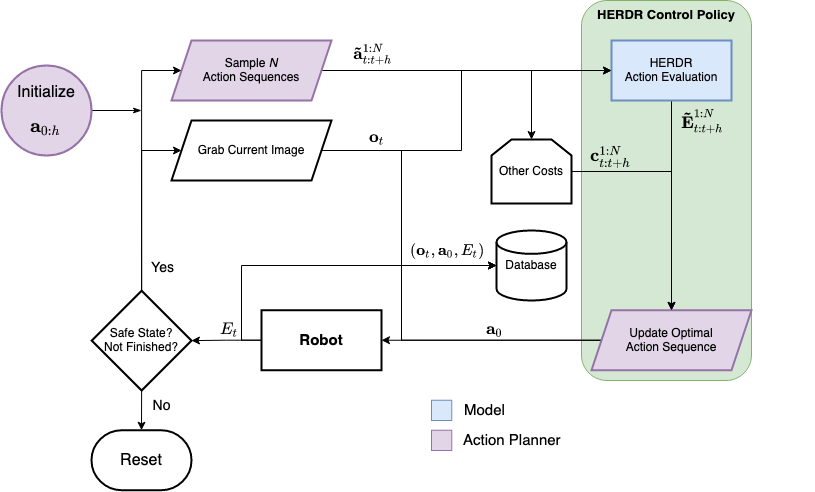
The draw.io diagram Report Back-up/images/HERDR_pipeline.png in NDurocher/HERDR-Msc-Thesis, before a commit. Source tidied: cells renumbered, new cells last; positions are measured from the earlier drawing's top-left corner, leaving out a move shared by most shapes. The source it was exported from:
```xml
<mxGraphModel math="1">
  <root>
    <mxCell id="0" />
    <mxCell id="1" parent="0" />
    <mxCell id="2" value="HERDR Control Policy" style="rounded=1;whiteSpace=wrap;html=1;labelBackgroundColor=none;fontSize=13;fillColor=#d5e8d4;strokeColor=#82b366;verticalAlign=top;fontStyle=1;" parent="1" vertex="1">
      <mxGeometry x="580" width="170" height="380" as="geometry" />
    </mxCell>
    <mxCell id="3" style="edgeStyle=orthogonalEdgeStyle;rounded=0;jettySize=auto;html=1;fontSize=14;endArrow=classicThin;endFill=1;" parent="1" edge="1" source="4">
      <mxGeometry relative="1" as="geometry">
        <mxPoint x="140" y="110" as="targetPoint" />
      </mxGeometry>
    </mxCell>
    <mxCell id="4" value="&lt;div&gt;Initialize&lt;/div&gt;$$\mathbf{a}_{0:h} $$" style="strokeWidth=2;html=1;shape=mxgraph.flowchart.start_2;whiteSpace=wrap;fontSize=16;verticalAlign=bottom;fillColor=#e1d5e7;strokeColor=#9673a6;" parent="1" vertex="1">
      <mxGeometry y="65" width="90" height="90" as="geometry" />
    </mxCell>
    <mxCell id="5" style="edgeStyle=orthogonalEdgeStyle;rounded=0;jettySize=auto;html=1;" parent="1" edge="1" source="8" target="11">
      <mxGeometry relative="1" as="geometry" />
    </mxCell>
    <mxCell id="6" value="&lt;div&gt;$$ \mathbf{\tilde{a}}^{1:N}_{t:t+h} $$&lt;/div&gt;" style="edgeLabel;html=1;align=center;verticalAlign=middle;fontSize=14;labelBackgroundColor=none;" parent="5" vertex="1">
      <mxGeometry x="-0.43" y="-4" relative="1" as="geometry">
        <mxPoint x="-33" y="-21" as="offset" />
      </mxGeometry>
    </mxCell>
    <mxCell id="7" style="edgeStyle=orthogonalEdgeStyle;rounded=0;jettySize=auto;html=1;exitX=1;exitY=0.5;exitDx=0;exitDy=0;" parent="1" edge="1" source="8" target="38">
      <mxGeometry relative="1" as="geometry" />
    </mxCell>
    <mxCell id="8" value="&lt;div&gt;Sample &lt;i&gt;N&lt;/i&gt;&lt;br&gt;&lt;/div&gt;&lt;div&gt;Action Sequences&lt;br&gt;&lt;/div&gt;" style="shape=parallelogram;perimeter=parallelogramPerimeter;whiteSpace=wrap;html=1;fixedSize=1;strokeWidth=2;fillColor=#e1d5e7;strokeColor=#9673a6;" parent="1" vertex="1">
      <mxGeometry x="170" y="40" width="160" height="60" as="geometry" />
    </mxCell>
    <mxCell id="9" style="edgeStyle=orthogonalEdgeStyle;rounded=0;jettySize=auto;html=1;entryX=0.5;entryY=0;entryDx=0;entryDy=0;fontSize=14;" parent="1" edge="1" source="11" target="24">
      <mxGeometry relative="1" as="geometry" />
    </mxCell>
    <mxCell id="10" value="$$ \mathbf{\tilde{E}}^{1:N}_{t:t+h} $$" style="edgeLabel;html=1;align=center;verticalAlign=middle;fontSize=14;labelBackgroundColor=none;" parent="9" vertex="1">
      <mxGeometry x="-0.3" y="2" relative="1" as="geometry">
        <mxPoint x="28" y="-54" as="offset" />
      </mxGeometry>
    </mxCell>
    <mxCell id="11" value="&lt;div&gt;HERDR &lt;br&gt;&lt;/div&gt;Action Evaluation" style="whiteSpace=wrap;html=1;strokeWidth=2;fillColor=#dae8fc;strokeColor=#6c8ebf;" parent="1" vertex="1">
      <mxGeometry x="610" y="40" width="120" height="60" as="geometry" />
    </mxCell>
    <mxCell id="12" style="edgeStyle=orthogonalEdgeStyle;rounded=0;jettySize=auto;html=1;fontSize=14;" parent="1" edge="1" source="15" target="29">
      <mxGeometry relative="1" as="geometry" />
    </mxCell>
    <mxCell id="13" value="$$ E_t $$" style="edgeLabel;html=1;align=center;verticalAlign=middle;fontSize=14;labelBackgroundColor=none;" parent="12" vertex="1">
      <mxGeometry x="-0.14" relative="1" as="geometry">
        <mxPoint x="-3" y="-11" as="offset" />
      </mxGeometry>
    </mxCell>
    <mxCell id="14" style="edgeStyle=orthogonalEdgeStyle;rounded=0;jettySize=auto;html=1;exitX=0;exitY=0.5;exitDx=0;exitDy=0;entryX=0;entryY=0.5;entryDx=0;entryDy=0;entryPerimeter=0;labelBackgroundColor=none;fontSize=14;endArrow=classic;endFill=1;" parent="1" edge="1" source="15" target="31">
      <mxGeometry relative="1" as="geometry" />
    </mxCell>
    <mxCell id="15" value="Robot" style="whiteSpace=wrap;html=1;strokeWidth=2;fontStyle=1;fontSize=15;" parent="1" vertex="1">
      <mxGeometry x="260" y="309.7" width="120" height="60" as="geometry" />
    </mxCell>
    <mxCell id="16" style="edgeStyle=orthogonalEdgeStyle;rounded=0;jettySize=auto;html=1;entryX=0;entryY=0.5;entryDx=0;entryDy=0;fontSize=14;" parent="1" edge="1" source="19" target="11">
      <mxGeometry relative="1" as="geometry">
        <Array as="points">
          <mxPoint x="460" y="150" />
          <mxPoint x="460" y="70" />
        </Array>
      </mxGeometry>
    </mxCell>
    <mxCell id="17" value="$$ \mathbf{o}_t $$" style="edgeLabel;html=1;align=center;verticalAlign=middle;fontSize=14;labelBackgroundColor=none;" parent="16" vertex="1">
      <mxGeometry x="-0.67" relative="1" as="geometry">
        <mxPoint x="-7" y="-13" as="offset" />
      </mxGeometry>
    </mxCell>
    <mxCell id="18" style="edgeStyle=orthogonalEdgeStyle;rounded=0;jettySize=auto;html=1;exitX=1;exitY=0.5;exitDx=0;exitDy=0;entryX=0;entryY=0.5;entryDx=0;entryDy=0;entryPerimeter=0;labelBackgroundColor=none;fontSize=14;endArrow=classic;endFill=1;" parent="1" edge="1" source="19" target="31">
      <mxGeometry relative="1" as="geometry">
        <Array as="points">
          <mxPoint x="400" y="150" />
          <mxPoint x="400" y="265" />
        </Array>
      </mxGeometry>
    </mxCell>
    <mxCell id="19" value="Grab Current Image" style="shape=parallelogram;perimeter=parallelogramPerimeter;whiteSpace=wrap;html=1;fixedSize=1;strokeWidth=2;" parent="1" vertex="1">
      <mxGeometry x="170" y="120" width="160" height="60" as="geometry" />
    </mxCell>
    <mxCell id="20" style="edgeStyle=orthogonalEdgeStyle;rounded=0;jettySize=auto;html=1;exitX=0;exitY=0.5;exitDx=0;exitDy=0;fontSize=14;" parent="1" edge="1" source="24" target="15">
      <mxGeometry relative="1" as="geometry" />
    </mxCell>
    <mxCell id="21" value="$$ \mathbf{a}_0 $$" style="edgeLabel;html=1;align=center;verticalAlign=middle;fontSize=14;labelBackgroundColor=none;" parent="20" vertex="1">
      <mxGeometry x="-0.29" relative="1" as="geometry">
        <mxPoint x="-30" y="-10" as="offset" />
      </mxGeometry>
    </mxCell>
    <mxCell id="22" style="edgeStyle=orthogonalEdgeStyle;rounded=0;jettySize=auto;html=1;exitX=0;exitY=0.5;exitDx=0;exitDy=0;labelBackgroundColor=none;fontSize=14;endArrow=classic;endFill=1;entryX=0;entryY=0.5;entryDx=0;entryDy=0;entryPerimeter=0;" parent="1" edge="1" source="24" target="31">
      <mxGeometry relative="1" as="geometry">
        <Array as="points">
          <mxPoint x="400" y="340" />
          <mxPoint x="400" y="265" />
        </Array>
      </mxGeometry>
    </mxCell>
    <mxCell id="23" value="$$ (\mathbf{o}_t, \mathbf{a}_0,E_t) $$" style="edgeLabel;html=1;align=center;verticalAlign=middle;fontSize=13;labelBackgroundColor=none;" parent="22" vertex="1">
      <mxGeometry x="0.73" relative="1" as="geometry">
        <mxPoint y="-15" as="offset" />
      </mxGeometry>
    </mxCell>
    <mxCell id="24" value="&lt;div&gt;Update Optimal&lt;/div&gt;&lt;div&gt;Action Sequence&lt;br&gt;&lt;/div&gt;" style="shape=parallelogram;perimeter=parallelogramPerimeter;whiteSpace=wrap;html=1;fixedSize=1;strokeWidth=2;fillColor=#e1d5e7;strokeColor=#9673a6;" parent="1" vertex="1">
      <mxGeometry x="590" y="309.7" width="160" height="60" as="geometry" />
    </mxCell>
    <mxCell id="25" style="edgeStyle=orthogonalEdgeStyle;rounded=0;jettySize=auto;html=1;exitX=0.5;exitY=0;exitDx=0;exitDy=0;entryX=0;entryY=0.5;entryDx=0;entryDy=0;fontSize=14;" parent="1" edge="1" source="29" target="19">
      <mxGeometry relative="1" as="geometry">
        <Array as="points">
          <mxPoint x="140" y="150" />
        </Array>
      </mxGeometry>
    </mxCell>
    <mxCell id="26" style="edgeStyle=orthogonalEdgeStyle;rounded=0;jettySize=auto;html=1;exitX=0.5;exitY=0;exitDx=0;exitDy=0;entryX=0;entryY=0.5;entryDx=0;entryDy=0;fontSize=14;" parent="1" edge="1" source="29" target="8">
      <mxGeometry relative="1" as="geometry">
        <Array as="points">
          <mxPoint x="140" y="70" />
        </Array>
      </mxGeometry>
    </mxCell>
    <mxCell id="27" value="Yes" style="edgeLabel;html=1;align=center;verticalAlign=middle;fontSize=14;labelBackgroundColor=none;" parent="26" vertex="1">
      <mxGeometry x="-0.86" y="-3" relative="1" as="geometry">
        <mxPoint x="17" y="-5" as="offset" />
      </mxGeometry>
    </mxCell>
    <mxCell id="28" value="No" style="edgeStyle=orthogonalEdgeStyle;rounded=0;jettySize=auto;html=1;exitX=0.5;exitY=1;exitDx=0;exitDy=0;entryX=0.5;entryY=0;entryDx=0;entryDy=0;entryPerimeter=0;fontSize=14;endArrow=classic;endFill=1;labelBackgroundColor=none;" parent="1" edge="1" source="29" target="30">
      <mxGeometry x="-0.2" y="20" relative="1" as="geometry" />
    </mxCell>
    <mxCell id="29" value="&lt;div&gt;Safe State?&lt;/div&gt;&lt;div&gt;Not Finished?&lt;br&gt;&lt;/div&gt;" style="rhombus;whiteSpace=wrap;html=1;strokeWidth=2;" parent="1" vertex="1">
      <mxGeometry x="90.3" y="290.3" width="99.7" height="99.7" as="geometry" />
    </mxCell>
    <mxCell id="30" value="Reset" style="strokeWidth=2;html=1;shape=mxgraph.flowchart.terminator;whiteSpace=wrap;labelBackgroundColor=none;fontSize=16;" parent="1" vertex="1">
      <mxGeometry x="90" y="429.7" width="100" height="60" as="geometry" />
    </mxCell>
    <mxCell id="31" value="Database" style="strokeWidth=2;html=1;shape=mxgraph.flowchart.database;whiteSpace=wrap;labelBackgroundColor=none;fontSize=12;" parent="1" vertex="1">
      <mxGeometry x="495" y="230" width="70" height="70" as="geometry" />
    </mxCell>
    <mxCell id="32" style="whiteSpace=wrap;html=1;fontSize=15;fillColor=#dae8fc;strokeColor=#6c8ebf;" parent="1" vertex="1">
      <mxGeometry x="430" y="399.7" width="20.3" height="20.3" as="geometry" />
    </mxCell>
    <mxCell id="33" style="whiteSpace=wrap;html=1;fontSize=15;fillColor=#e1d5e7;strokeColor=#9673a6;" parent="1" vertex="1">
      <mxGeometry x="430" y="429.7" width="20.3" height="20.3" as="geometry" />
    </mxCell>
    <mxCell id="34" value="Action Planner" style="text;html=1;align=left;verticalAlign=middle;strokeColor=none;fillColor=none;fontSize=15;" parent="1" vertex="1">
      <mxGeometry x="460.3" y="430" width="110" height="20" as="geometry" />
    </mxCell>
    <mxCell id="35" value="&lt;div align=&quot;left&quot;&gt;Model&lt;/div&gt;" style="text;html=1;align=left;verticalAlign=middle;strokeColor=none;fillColor=none;fontSize=15;" parent="1" vertex="1">
      <mxGeometry x="461.3" y="400" width="60" height="20" as="geometry" />
    </mxCell>
    <mxCell id="36" style="edgeStyle=orthogonalEdgeStyle;rounded=0;jettySize=auto;html=1;exitX=1;exitY=0.5;exitDx=0;exitDy=0;" parent="1" edge="1" source="38">
      <mxGeometry relative="1" as="geometry">
        <mxPoint x="670" y="310" as="targetPoint" />
      </mxGeometry>
    </mxCell>
    <mxCell id="37" value="$$\mathbf{c}^{1:N}_{t:t+h} $$" style="edgeLabel;html=1;align=center;verticalAlign=middle;labelBackgroundColor=none;fontSize=15;" parent="36" vertex="1">
      <mxGeometry x="-0.69" y="-3" relative="1" as="geometry">
        <mxPoint x="1" y="-18" as="offset" />
      </mxGeometry>
    </mxCell>
    <mxCell id="38" value="Other Costs" style="shape=loopLimit;whiteSpace=wrap;html=1;strokeWidth=2;" parent="1" vertex="1">
      <mxGeometry x="490" y="139" width="80" height="64" as="geometry" />
    </mxCell>
  </root>
</mxGraphModel>
```
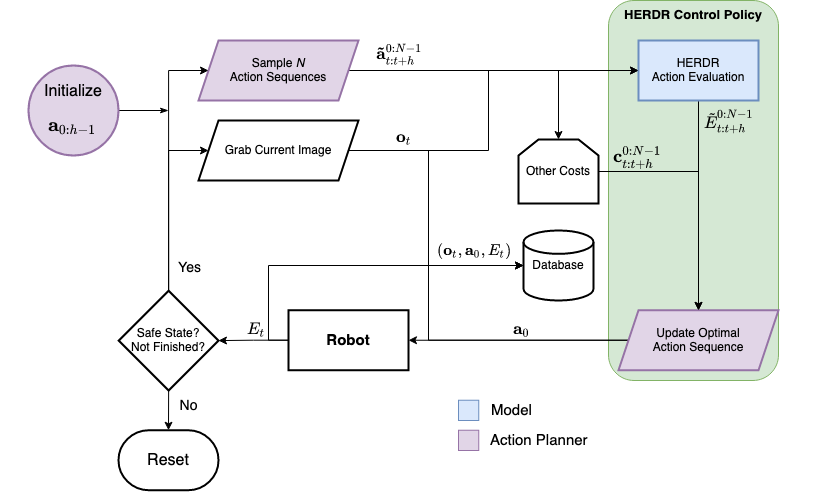
After the commit.

The edit, as a diff of the source:
```diff
@@ -10,13 +10,13 @@
         <mxPoint x="140" y="110" as="targetPoint" />
       </mxGeometry>
     </mxCell>
-    <mxCell id="4" value="&lt;div&gt;Initialize&lt;/div&gt;$$\mathbf{a}_{0:h} $$" style="strokeWidth=2;html=1;shape=mxgraph.flowchart.start_2;whiteSpace=wrap;fontSize=16;verticalAlign=bottom;fillColor=#e1d5e7;strokeColor=#9673a6;" parent="1" vertex="1">
+    <mxCell id="4" value="&lt;div&gt;Initialize&lt;/div&gt;$$\mathbf{a}_{0:h-1} $$" style="strokeWidth=2;html=1;shape=mxgraph.flowchart.start_2;whiteSpace=wrap;fontSize=16;verticalAlign=bottom;fillColor=#e1d5e7;strokeColor=#9673a6;" parent="1" vertex="1">
       <mxGeometry y="65" width="90" height="90" as="geometry" />
     </mxCell>
     <mxCell id="5" style="edgeStyle=orthogonalEdgeStyle;rounded=0;jettySize=auto;html=1;" parent="1" edge="1" source="8" target="11">
       <mxGeometry relative="1" as="geometry" />
     </mxCell>
-    <mxCell id="6" value="&lt;div&gt;$$ \mathbf{\tilde{a}}^{1:N}_{t:t+h} $$&lt;/div&gt;" style="edgeLabel;html=1;align=center;verticalAlign=middle;fontSize=14;labelBackgroundColor=none;" parent="5" vertex="1">
+    <mxCell id="6" value="&lt;div&gt;$$ \mathbf{\tilde{a}}^{0:N-1}_{t:t+h} $$&lt;/div&gt;" style="edgeLabel;html=1;align=center;verticalAlign=middle;fontSize=14;labelBackgroundColor=none;" parent="5" vertex="1">
       <mxGeometry x="-0.43" y="-4" relative="1" as="geometry">
         <mxPoint x="-33" y="-21" as="offset" />
       </mxGeometry>
@@ -30,7 +30,7 @@
     <mxCell id="9" style="edgeStyle=orthogonalEdgeStyle;rounded=0;jettySize=auto;html=1;entryX=0.5;entryY=0;entryDx=0;entryDy=0;fontSize=14;" parent="1" edge="1" source="11" target="24">
       <mxGeometry relative="1" as="geometry" />
     </mxCell>
-    <mxCell id="10" value="$$ \mathbf{\tilde{E}}^{1:N}_{t:t+h} $$" style="edgeLabel;html=1;align=center;verticalAlign=middle;fontSize=14;labelBackgroundColor=none;" parent="9" vertex="1">
+    <mxCell id="10" value="$$ \tilde{E}^{0:N-1}_{t:t+h} $$" style="edgeLabel;html=1;align=center;verticalAlign=middle;fontSize=14;labelBackgroundColor=none;" parent="9" vertex="1">
       <mxGeometry x="-0.3" y="2" relative="1" as="geometry">
         <mxPoint x="28" y="-54" as="offset" />
       </mxGeometry>
@@ -148,7 +148,7 @@
         <mxPoint x="670" y="310" as="targetPoint" />
       </mxGeometry>
     </mxCell>
-    <mxCell id="37" value="$$\mathbf{c}^{1:N}_{t:t+h} $$" style="edgeLabel;html=1;align=center;verticalAlign=middle;labelBackgroundColor=none;fontSize=15;" parent="36" vertex="1">
+    <mxCell id="37" value="$$\mathbf{c}^{0:N-1}_{t:t+h} $$" style="edgeLabel;html=1;align=center;verticalAlign=middle;labelBackgroundColor=none;fontSize=15;" parent="36" vertex="1">
       <mxGeometry x="-0.69" y="-3" relative="1" as="geometry">
         <mxPoint x="1" y="-18" as="offset" />
       </mxGeometry>
```
